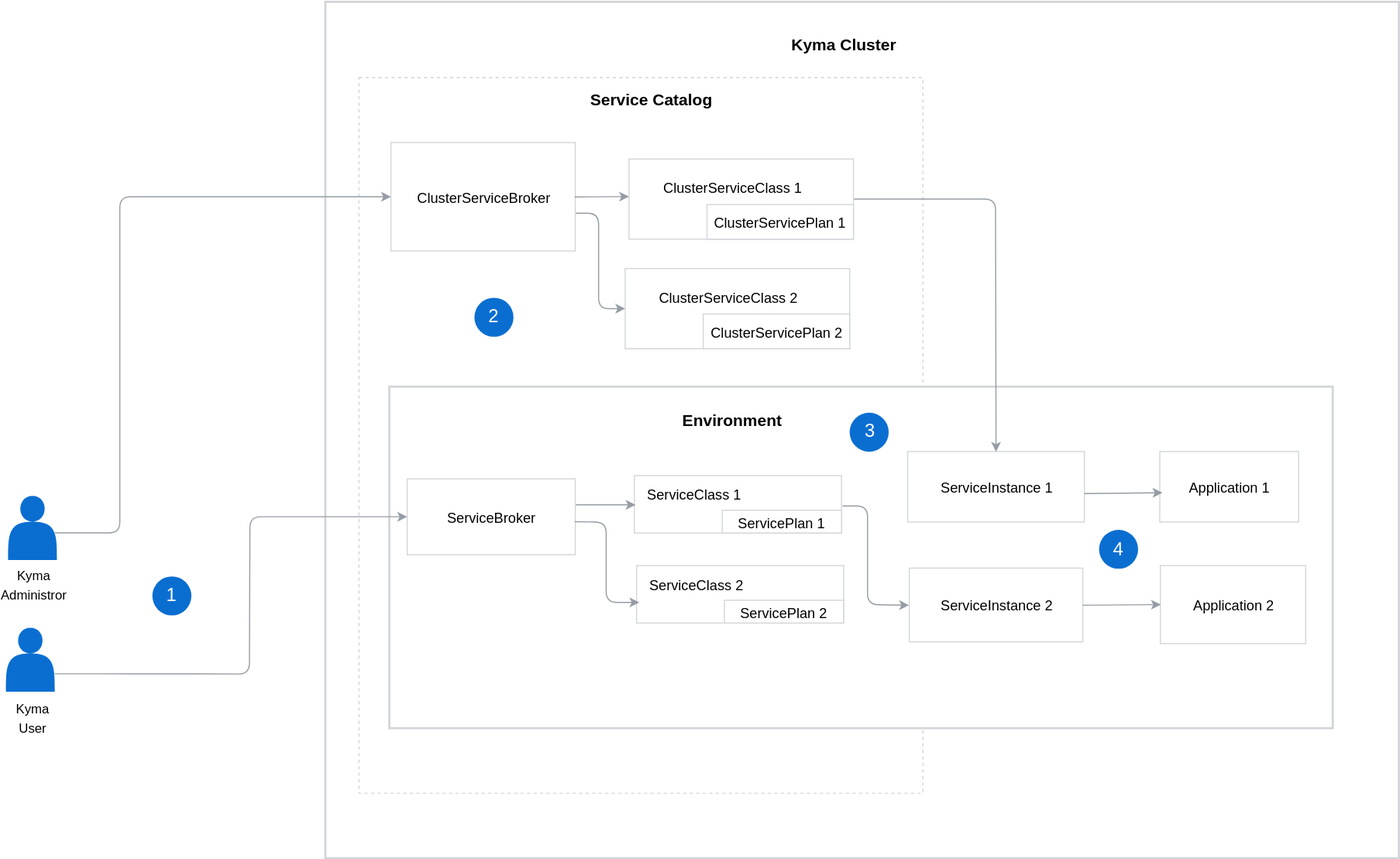
Above: docs/service-catalog/docs/assets/service-catalog-flow.svg in kyma-project/kyma (draw.io), before the change. Source tidied: cells renumbered, new cells last; positions are measured from the earlier drawing's top-left corner, leaving out a move shared by most shapes.
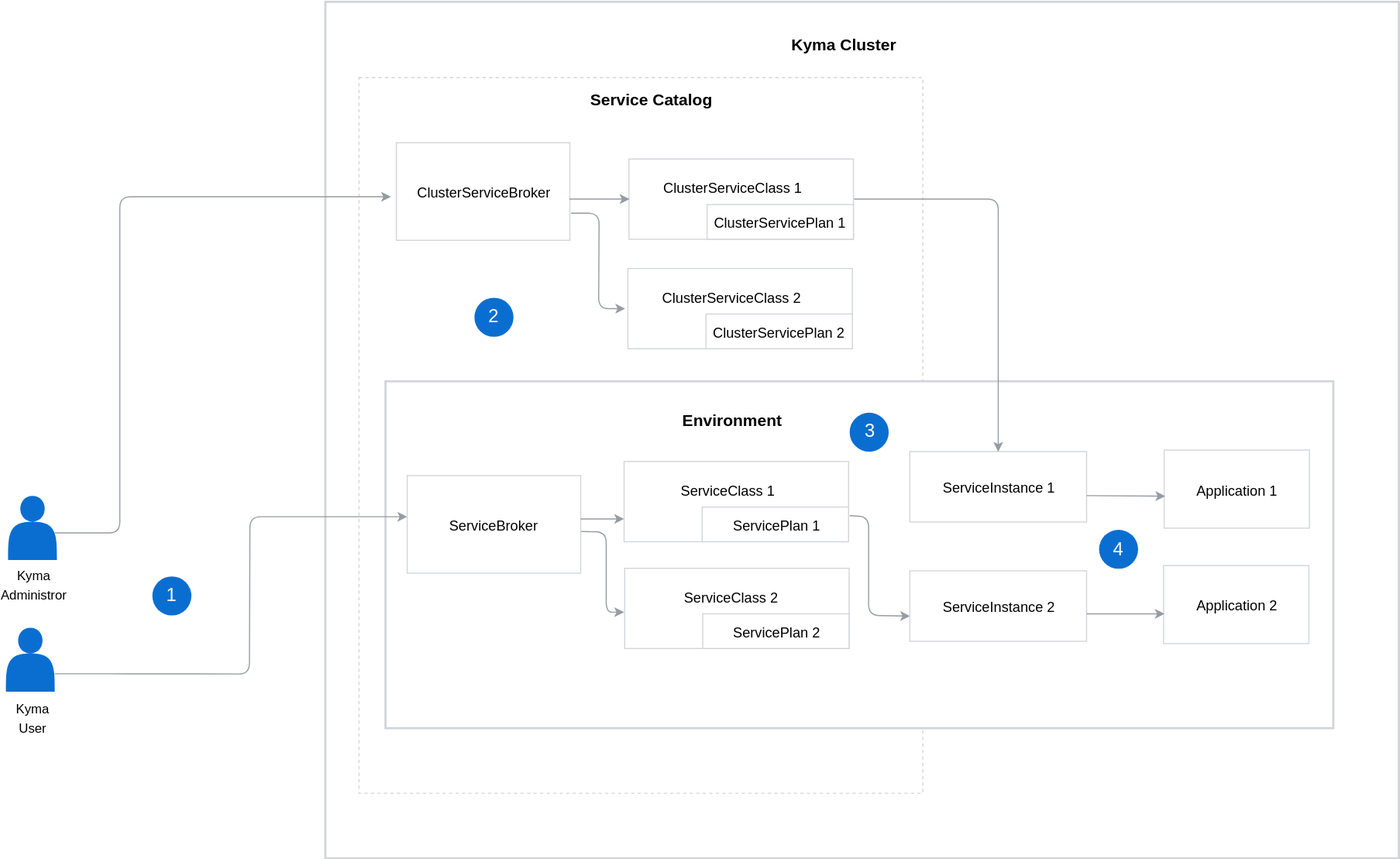
After the change.

Commit message:
Improve the diagram

The edit, as a diff of the source:
```diff
@@ -12,25 +12,16 @@
       <mxGeometry x="325.5" y="70" width="520" height="660" as="geometry" />
     </mxCell>
     <mxCell id="5" style="rounded=0;whiteSpace=wrap;html=1;labelBackgroundColor=none;strokeColor=#D2D5D9;strokeWidth=2;fillColor=#FFFFFF;gradientColor=none;fontFamily=Helvetica;fontSize=15;fontColor=#000000;" parent="1" vertex="1">
-      <mxGeometry x="353.5" y="355" width="870" height="315" as="geometry" />
+      <mxGeometry x="350" y="350" width="874" height="320" as="geometry" />
     </mxCell>
     <mxCell id="6" value="&lt;font style=&quot;font-size: 13px&quot;&gt;ClusterServiceBroker&lt;br&gt;&lt;/font&gt;" style="rounded=0;whiteSpace=wrap;html=1;labelBackgroundColor=none;strokeColor=#D2D5D9;strokeWidth=1;fillColor=#FFFFFF;gradientColor=none;fontFamily=Helvetica;fontSize=15;fontColor=#000000;" parent="1" vertex="1">
-      <mxGeometry x="355" y="129.9" width="170" height="100" as="geometry" />
+      <mxGeometry x="360" y="130" width="160" height="90" as="geometry" />
     </mxCell>
-    <mxCell id="7" value="&lt;font style=&quot;font-size: 13px&quot;&gt;ServiceBroker&lt;/font&gt;&lt;br&gt;" style="rounded=0;whiteSpace=wrap;html=1;labelBackgroundColor=none;strokeColor=#D2D5D9;strokeWidth=1;fillColor=#FFFFFF;gradientColor=none;fontFamily=Helvetica;fontSize=15;fontColor=#000000;" parent="1" vertex="1">
-      <mxGeometry x="370" y="440" width="155" height="70" as="geometry" />
-    </mxCell>
     <mxCell id="8" value="&lt;font style=&quot;font-size: 13px&quot;&gt;ServiceInstance 1&lt;/font&gt;" style="rounded=0;whiteSpace=wrap;html=1;labelBackgroundColor=none;strokeColor=#D2D5D9;strokeWidth=1;fillColor=#FFFFFF;gradientColor=none;fontFamily=Helvetica;fontSize=15;fontColor=#000000;" parent="1" vertex="1">
-      <mxGeometry x="831.5" y="414.9" width="163" height="65" as="geometry" />
+      <mxGeometry x="833.5" y="414.9" width="163" height="65" as="geometry" />
     </mxCell>
-    <mxCell id="9" value="&lt;font style=&quot;font-size: 13px&quot;&gt;ServiceInstance 2&lt;/font&gt;" style="rounded=0;whiteSpace=wrap;html=1;labelBackgroundColor=none;strokeColor=#D2D5D9;strokeWidth=1;fillColor=#FFFFFF;gradientColor=none;fontFamily=Helvetica;fontSize=15;fontColor=#000000;" parent="1" vertex="1">
-      <mxGeometry x="833" y="522.4" width="160" height="68" as="geometry" />
-    </mxCell>
-    <mxCell id="10" value="&lt;font style=&quot;font-size: 13px&quot;&gt;Application 1&lt;/font&gt;" style="rounded=0;whiteSpace=wrap;html=1;labelBackgroundColor=none;strokeColor=#D2D5D9;strokeWidth=1;fillColor=#FFFFFF;gradientColor=none;fontFamily=Helvetica;fontSize=15;fontColor=#000000;" parent="1" vertex="1">
-      <mxGeometry x="1064" y="414.9" width="128" height="65" as="geometry" />
-    </mxCell>
     <mxCell id="11" value="&lt;font style=&quot;font-size: 13px&quot;&gt;Application 2&lt;/font&gt;" style="rounded=0;whiteSpace=wrap;html=1;labelBackgroundColor=none;strokeColor=#D2D5D9;strokeWidth=1;fillColor=#FFFFFF;gradientColor=none;fontFamily=Helvetica;fontSize=15;fontColor=#000000;" parent="1" vertex="1">
-      <mxGeometry x="1064.5" y="520" width="134" height="72" as="geometry" />
+      <mxGeometry x="1067.5" y="520" width="134" height="72" as="geometry" />
     </mxCell>
     <mxCell id="12" style="endArrow=classic;html=1;strokeColor=#959CA4;strokeWidth=1;fontFamily=Helvetica;fontSize=15;fontColor=#000000;" parent="1" edge="1">
       <mxGeometry relative="1" as="geometry">
@@ -42,9 +33,10 @@
         </Array>
       </mxGeometry>
     </mxCell>
-    <mxCell id="13" style="endArrow=classic;html=1;strokeColor=#959CA4;strokeWidth=1;fontFamily=Helvetica;fontSize=15;fontColor=#000000;entryX=0;entryY=0.5;" parent="1" edge="1" target="7">
+    <mxCell id="13" style="endArrow=classic;html=1;strokeColor=#959CA4;strokeWidth=1;fontFamily=Helvetica;fontSize=15;fontColor=#000000;entryX=0;entryY=0.5;" parent="1" edge="1">
       <mxGeometry relative="1" as="geometry">
         <mxPoint x="45" y="619.9" as="sourcePoint" />
+        <mxPoint x="370" y="475" as="targetPoint" />
         <Array as="points">
           <mxPoint x="105" y="619.9" />
           <mxPoint x="224.5" y="620" />
@@ -52,9 +44,6 @@
         </Array>
       </mxGeometry>
     </mxCell>
-    <mxCell id="14" style="rounded=0;whiteSpace=wrap;html=1;labelBackgroundColor=none;strokeColor=#D2D5D9;strokeWidth=1;fillColor=#FFFFFF;gradientColor=none;fontFamily=Helvetica;fontSize=15;fontColor=#000000;" parent="1" vertex="1">
-      <mxGeometry x="579.5" y="437" width="191" height="53" as="geometry" />
-    </mxCell>
     <mxCell id="15" value="&lt;font style=&quot;font-size: 12px&quot;&gt;Kyma User&lt;/font&gt;" style="text;html=1;strokeColor=none;fillColor=none;align=center;verticalAlign=middle;whiteSpace=wrap;rounded=0;dashed=1;labelBackgroundColor=none;fontFamily=Helvetica;fontSize=15;fontColor=#000000;" parent="1" vertex="1">
       <mxGeometry x="5" y="649.9" width="40" height="20" as="geometry" />
     </mxCell>
@@ -73,46 +62,22 @@
     <mxCell id="20" style="ellipse;whiteSpace=wrap;html=1;labelBackgroundColor=none;strokeColor=none;strokeWidth=1;fillColor=#0A6ED1;gradientColor=none;fontFamily=Helvetica;fontSize=15;fontColor=#000000;" parent="1" vertex="1">
       <mxGeometry x="134.5" y="530" width="36" height="36" as="geometry" />
     </mxCell>
-    <mxCell id="21" style="endArrow=classic;html=1;strokeColor=#959CA4;strokeWidth=1;fontFamily=Helvetica;fontSize=15;fontColor=#000000;" parent="1" edge="1">
-      <mxGeometry relative="1" as="geometry">
-        <mxPoint x="525.5" y="464" as="sourcePoint" />
-        <mxPoint x="580.5" y="464" as="targetPoint" />
-      </mxGeometry>
-    </mxCell>
-    <mxCell id="22" style="endArrow=classic;html=1;strokeColor=#959CA4;strokeWidth=1;fontFamily=Helvetica;fontSize=15;fontColor=#000000;entryX=0;entryY=0.5;" parent="1" edge="1">
+    <mxCell id="22" style="endArrow=classic;html=1;strokeColor=#959CA4;strokeWidth=1;fontFamily=Helvetica;fontSize=15;fontColor=#000000;entryX=0;entryY=0.5;exitX=1;exitY=0.25;" parent="1" edge="1">
       <mxGeometry relative="1" as="geometry">
-        <mxPoint x="771.5" y="465" as="sourcePoint" />
-        <mxPoint x="832.7" y="556.6" as="targetPoint" />
+        <mxPoint x="778" y="474" as="sourcePoint" />
+        <mxPoint x="833.7" y="566.6" as="targetPoint" />
         <Array as="points">
-          <mxPoint x="794.5" y="465" />
-          <mxPoint x="794.5" y="556" />
+          <mxPoint x="795.5" y="475" />
+          <mxPoint x="795.5" y="566" />
         </Array>
       </mxGeometry>
     </mxCell>
-    <mxCell id="23" style="endArrow=classic;html=1;strokeColor=#959CA4;strokeWidth=1;fontFamily=Helvetica;fontSize=15;fontColor=#000000;entryX=0.5;entryY=0;exitX=1;exitY=0.5;" parent="1" edge="1" source="16" target="8">
-      <mxGeometry relative="1" as="geometry">
-        <Array as="points">
-          <mxPoint x="912.5" y="182" />
-        </Array>
-      </mxGeometry>
-    </mxCell>
     <mxCell id="24" value="&lt;b&gt;Kyma Cluster&lt;/b&gt;" style="text;html=1;strokeColor=none;fillColor=none;align=center;verticalAlign=middle;whiteSpace=wrap;rounded=0;labelBackgroundColor=none;fontFamily=Helvetica;fontSize=15;fontColor=#000000;" parent="1" vertex="1">
       <mxGeometry x="709.5" y="20" width="126" height="37" as="geometry" />
     </mxCell>
     <mxCell id="25" value="&lt;b&gt;Service Catalog&lt;/b&gt;" style="text;html=1;strokeColor=none;fillColor=none;align=center;verticalAlign=middle;whiteSpace=wrap;rounded=0;labelBackgroundColor=none;fontFamily=Helvetica;fontSize=15;fontColor=#000000;" parent="1" vertex="1">
       <mxGeometry x="499.5" y="80" width="190" height="20" as="geometry" />
     </mxCell>
-    <mxCell id="26" style="endArrow=classic;html=1;strokeColor=#959CA4;strokeWidth=1;fontFamily=Helvetica;fontSize=15;fontColor=#000000;exitX=1;exitY=0.5;entryX=0;entryY=0.5;" parent="1" edge="1" target="11">
-      <mxGeometry relative="1" as="geometry">
-        <mxPoint x="992.9" y="556.6" as="sourcePoint" />
-      </mxGeometry>
-    </mxCell>
-    <mxCell id="27" style="endArrow=classic;html=1;strokeColor=#959CA4;strokeWidth=1;fontFamily=Helvetica;fontSize=15;fontColor=#000000;exitX=1;exitY=0.5;entryX=0;entryY=0.5;" parent="1" edge="1">
-      <mxGeometry relative="1" as="geometry">
-        <mxPoint x="994.4" y="453.6" as="sourcePoint" />
-        <mxPoint x="1066.4" y="452.8" as="targetPoint" />
-      </mxGeometry>
-    </mxCell>
     <mxCell id="28" value="&lt;b&gt;Environment&lt;/b&gt;" style="text;html=1;strokeColor=none;fillColor=none;align=center;verticalAlign=middle;whiteSpace=wrap;rounded=0;labelBackgroundColor=none;fontFamily=Helvetica;fontSize=15;fontColor=#000000;" parent="1" vertex="1">
       <mxGeometry x="574.5" y="376" width="190" height="20" as="geometry" />
     </mxCell>
@@ -137,56 +102,92 @@
     <mxCell id="35" value="&lt;font style=&quot;font-size: 17px&quot; color=&quot;#ffffff&quot;&gt;4&lt;/font&gt;" style="text;html=1;strokeColor=none;fillColor=none;align=center;verticalAlign=middle;whiteSpace=wrap;rounded=0;labelBackgroundColor=none;fontFamily=Helvetica;fontSize=15;fontColor=#000000;" parent="1" vertex="1">
       <mxGeometry x="1017.5" y="498" width="16" height="13" as="geometry" />
     </mxCell>
-    <mxCell id="36" style="endArrow=classic;html=1;strokeColor=#959CA4;strokeWidth=1;fontFamily=Helvetica;fontSize=15;fontColor=#000000;entryX=0;entryY=0.25;" parent="1" edge="1">
+    <mxCell id="36" style="endArrow=classic;html=1;strokeColor=#959CA4;strokeWidth=1;fontFamily=Helvetica;fontSize=15;fontColor=#000000;entryX=0;entryY=0.5;" parent="1" edge="1" target="16">
       <mxGeometry relative="1" as="geometry">
-        <mxPoint x="524.5" y="180" as="sourcePoint" />
-        <mxPoint x="574.5" y="179.7" as="targetPoint" />
+        <mxPoint x="519.5" y="182" as="sourcePoint" />
       </mxGeometry>
     </mxCell>
     <mxCell id="37" value="&lt;font style=&quot;font-size: 13px&quot;&gt;ClusterServiceClass 1&lt;/font&gt;&lt;br&gt;" style="text;html=1;strokeColor=none;fillColor=none;align=center;verticalAlign=middle;whiteSpace=wrap;rounded=0;labelBackgroundColor=none;fontFamily=Helvetica;fontSize=15;fontColor=#000000;" parent="1" vertex="1">
       <mxGeometry x="595" y="162" width="149" height="18" as="geometry" />
     </mxCell>
-    <mxCell id="38" style="rounded=0;whiteSpace=wrap;html=1;labelBackgroundColor=none;strokeColor=#D2D5D9;strokeWidth=1;fillColor=#FFFFFF;gradientColor=none;fontFamily=Helvetica;fontSize=15;fontColor=#000000;" parent="1" vertex="1">
-      <mxGeometry x="571" y="246" width="207" height="74" as="geometry" />
-    </mxCell>
+    <mxCell id="41" style="endArrow=classic;html=1;strokeColor=#959CA4;strokeWidth=1;fontFamily=Helvetica;fontSize=15;fontColor=#000000;entryX=0;entryY=0.5;exitX=1.005;exitY=0.717;exitPerimeter=0;" parent="1" edge="1" source="6">
+      <mxGeometry relative="1" as="geometry">
+        <mxPoint x="571" y="283" as="targetPoint" />
+        <Array as="points">
+          <mxPoint x="547" y="195" />
+          <mxPoint x="546.5" y="283" />
+        </Array>
+      </mxGeometry>
+    </mxCell>
+    <mxCell id="47" style="endArrow=classic;html=1;strokeColor=#959CA4;strokeWidth=1;fontFamily=Helvetica;fontSize=15;fontColor=#000000;" parent="1" edge="1">
+      <mxGeometry relative="1" as="geometry">
+        <mxPoint x="524.5" y="488.5" as="sourcePoint" />
+        <mxPoint x="570" y="563" as="targetPoint" />
+        <Array as="points">
+          <mxPoint x="553.5" y="489" />
+          <mxPoint x="553.5" y="563" />
+        </Array>
+      </mxGeometry>
+    </mxCell>
+    <mxCell id="7" value="&lt;font style=&quot;font-size: 13px&quot;&gt;ServiceBroker&lt;br&gt;&lt;/font&gt;" style="rounded=0;whiteSpace=wrap;html=1;labelBackgroundColor=none;strokeColor=#D2D5D9;strokeWidth=1;fillColor=#FFFFFF;gradientColor=none;fontFamily=Helvetica;fontSize=15;fontColor=#000000;" parent="1" vertex="1">
+      <mxGeometry x="370" y="437" width="160" height="90" as="geometry" />
+    </mxCell>
+    <mxCell id="48" style="rounded=0;whiteSpace=wrap;html=1;labelBackgroundColor=none;strokeColor=#D2D5D9;strokeWidth=1;fillColor=#FFFFFF;gradientColor=none;fontFamily=Helvetica;fontSize=15;fontColor=#000000;" parent="1" vertex="1">
+      <mxGeometry x="573.5" y="246" width="207" height="74" as="geometry" />
+    </mxCell>
     <mxCell id="39" value="&lt;font style=&quot;font-size: 13px&quot;&gt;ClusterServicePlan 2&lt;/font&gt;" style="rounded=0;whiteSpace=wrap;html=1;labelBackgroundColor=none;strokeColor=#D2D5D9;strokeWidth=1;fillColor=#FFFFFF;gradientColor=none;fontFamily=Helvetica;fontSize=15;fontColor=#000000;" parent="1" vertex="1">
-      <mxGeometry x="643" y="288" width="135" height="32" as="geometry" />
+      <mxGeometry x="645.5" y="288" width="135" height="32" as="geometry" />
     </mxCell>
     <mxCell id="40" value="&lt;font style=&quot;font-size: 13px&quot;&gt;ClusterServiceClass 2&lt;/font&gt;&lt;br&gt;" style="text;html=1;strokeColor=none;fillColor=none;align=center;verticalAlign=middle;whiteSpace=wrap;rounded=0;labelBackgroundColor=none;fontFamily=Helvetica;fontSize=15;fontColor=#000000;" parent="1" vertex="1">
-      <mxGeometry x="591.5" y="263" width="149" height="18" as="geometry" />
+      <mxGeometry x="594" y="263" width="149" height="18" as="geometry" />
     </mxCell>
-    <mxCell id="41" style="endArrow=classic;html=1;strokeColor=#959CA4;strokeWidth=1;fontFamily=Helvetica;fontSize=15;fontColor=#000000;entryX=0;entryY=0.5;" parent="1" edge="1" target="38">
-      <mxGeometry relative="1" as="geometry">
-        <mxPoint x="525.5" y="195" as="sourcePoint" />
-        <Array as="points">
-          <mxPoint x="546.5" y="195" />
-          <mxPoint x="546.5" y="283" />
-        </Array>
-      </mxGeometry>
-    </mxCell>
+    <mxCell id="49" style="rounded=0;whiteSpace=wrap;html=1;labelBackgroundColor=none;strokeColor=#D2D5D9;strokeWidth=1;fillColor=#FFFFFF;gradientColor=none;fontFamily=Helvetica;fontSize=15;fontColor=#000000;" parent="1" vertex="1">
+      <mxGeometry x="570" y="424" width="207" height="74" as="geometry" />
+    </mxCell>
     <mxCell id="42" value="&lt;font style=&quot;font-size: 13px&quot;&gt;ServicePlan 1&lt;/font&gt;" style="rounded=0;whiteSpace=wrap;html=1;labelBackgroundColor=none;strokeColor=#D2D5D9;strokeWidth=1;fillColor=#FFFFFF;gradientColor=none;fontFamily=Helvetica;fontSize=15;fontColor=#000000;" parent="1" vertex="1">
-      <mxGeometry x="660.5" y="469" width="110" height="21" as="geometry" />
+      <mxGeometry x="642" y="466" width="135" height="32" as="geometry" />
     </mxCell>
     <mxCell id="43" value="&lt;font style=&quot;font-size: 13px&quot;&gt;ServiceClass 1&lt;/font&gt;&lt;br&gt;" style="text;html=1;strokeColor=none;fillColor=none;align=center;verticalAlign=middle;whiteSpace=wrap;rounded=0;labelBackgroundColor=none;fontFamily=Helvetica;fontSize=15;fontColor=#000000;" parent="1" vertex="1">
-      <mxGeometry x="583.5" y="443" width="102" height="22" as="geometry" />
+      <mxGeometry x="590.5" y="441" width="149" height="18" as="geometry" />
     </mxCell>
-    <mxCell id="44" style="rounded=0;whiteSpace=wrap;html=1;labelBackgroundColor=none;strokeColor=#D2D5D9;strokeWidth=1;fillColor=#FFFFFF;gradientColor=none;fontFamily=Helvetica;fontSize=15;fontColor=#000000;" parent="1" vertex="1">
-      <mxGeometry x="581.5" y="520" width="191" height="53" as="geometry" />
-    </mxCell>
+    <mxCell id="50" style="rounded=0;whiteSpace=wrap;html=1;labelBackgroundColor=none;strokeColor=#D2D5D9;strokeWidth=1;fillColor=#FFFFFF;gradientColor=none;fontFamily=Helvetica;fontSize=15;fontColor=#000000;" parent="1" vertex="1">
+      <mxGeometry x="570.5" y="522.5" width="207" height="74" as="geometry" />
+    </mxCell>
     <mxCell id="45" value="&lt;font style=&quot;font-size: 13px&quot;&gt;ServicePlan 2&lt;/font&gt;" style="rounded=0;whiteSpace=wrap;html=1;labelBackgroundColor=none;strokeColor=#D2D5D9;strokeWidth=1;fillColor=#FFFFFF;gradientColor=none;fontFamily=Helvetica;fontSize=15;fontColor=#000000;" parent="1" vertex="1">
-      <mxGeometry x="662.5" y="552" width="110" height="21" as="geometry" />
+      <mxGeometry x="642.5" y="564.5" width="135" height="32" as="geometry" />
     </mxCell>
     <mxCell id="46" value="&lt;font style=&quot;font-size: 13px&quot;&gt;ServiceClass 2&lt;/font&gt;&lt;br&gt;" style="text;html=1;strokeColor=none;fillColor=none;align=center;verticalAlign=middle;whiteSpace=wrap;rounded=0;labelBackgroundColor=none;fontFamily=Helvetica;fontSize=15;fontColor=#000000;" parent="1" vertex="1">
-      <mxGeometry x="585.5" y="526" width="102" height="22" as="geometry" />
+      <mxGeometry x="594" y="539.5" width="149" height="18" as="geometry" />
     </mxCell>
-    <mxCell id="47" style="endArrow=classic;html=1;strokeColor=#959CA4;strokeWidth=1;fontFamily=Helvetica;fontSize=15;fontColor=#000000;entryX=-0.014;entryY=1.266;entryPerimeter=0;" parent="1" edge="1" target="46">
-      <mxGeometry relative="1" as="geometry">
-        <mxPoint x="524.5" y="479.5" as="sourcePoint" />
-        <Array as="points">
-          <mxPoint x="553.5" y="480" />
-          <mxPoint x="553.5" y="554" />
-        </Array>
-      </mxGeometry>
-    </mxCell>
+    <mxCell id="9" value="&lt;font style=&quot;font-size: 13px&quot;&gt;ServiceInstance 2&lt;/font&gt;" style="rounded=0;whiteSpace=wrap;html=1;labelBackgroundColor=none;strokeColor=#D2D5D9;strokeWidth=1;fillColor=#FFFFFF;gradientColor=none;fontFamily=Helvetica;fontSize=15;fontColor=#000000;" parent="1" vertex="1">
+      <mxGeometry x="833.5" y="524.9" width="163" height="65" as="geometry" />
+    </mxCell>
+    <mxCell id="10" value="&lt;font style=&quot;font-size: 13px&quot;&gt;Application 1&lt;/font&gt;" style="rounded=0;whiteSpace=wrap;html=1;labelBackgroundColor=none;strokeColor=#D2D5D9;strokeWidth=1;fillColor=#FFFFFF;gradientColor=none;fontFamily=Helvetica;fontSize=15;fontColor=#000000;" parent="1" vertex="1">
+      <mxGeometry x="1068" y="413.5" width="134" height="72" as="geometry" />
+    </mxCell>
+    <mxCell id="51" style="endArrow=classic;html=1;strokeColor=#959CA4;strokeWidth=1;fontFamily=Helvetica;fontSize=15;fontColor=#000000;" parent="1" edge="1">
+      <mxGeometry relative="1" as="geometry">
+        <mxPoint x="530" y="477" as="sourcePoint" />
+        <mxPoint x="570" y="477" as="targetPoint" />
+      </mxGeometry>
+    </mxCell>
+    <mxCell id="52" style="endArrow=classic;html=1;strokeColor=#959CA4;strokeWidth=1;fontFamily=Helvetica;fontSize=15;fontColor=#000000;entryX=0.005;entryY=0.584;entryPerimeter=0;" parent="1" edge="1" target="10">
+      <mxGeometry relative="1" as="geometry">
+        <mxPoint x="996.5" y="455.5" as="sourcePoint" />
+      </mxGeometry>
+    </mxCell>
+    <mxCell id="53" style="endArrow=classic;html=1;strokeColor=#959CA4;strokeWidth=1;fontFamily=Helvetica;fontSize=15;fontColor=#000000;entryX=0.005;entryY=0.584;entryPerimeter=0;" parent="1" edge="1">
+      <mxGeometry relative="1" as="geometry">
+        <mxPoint x="996.5" y="564.5" as="sourcePoint" />
+        <mxPoint x="1068.5" y="564.5" as="targetPoint" />
+      </mxGeometry>
+    </mxCell>
+    <mxCell id="23" style="endArrow=classic;html=1;strokeColor=#959CA4;strokeWidth=1;fontFamily=Helvetica;fontSize=15;fontColor=#000000;exitX=1;exitY=0.5;entryX=0.5;entryY=0;" parent="1" edge="1" source="16" target="8">
+      <mxGeometry relative="1" as="geometry">
+        <Array as="points">
+          <mxPoint x="915" y="182" />
+        </Array>
+      </mxGeometry>
+    </mxCell>
   </root>
 </mxGraphModel>
```
